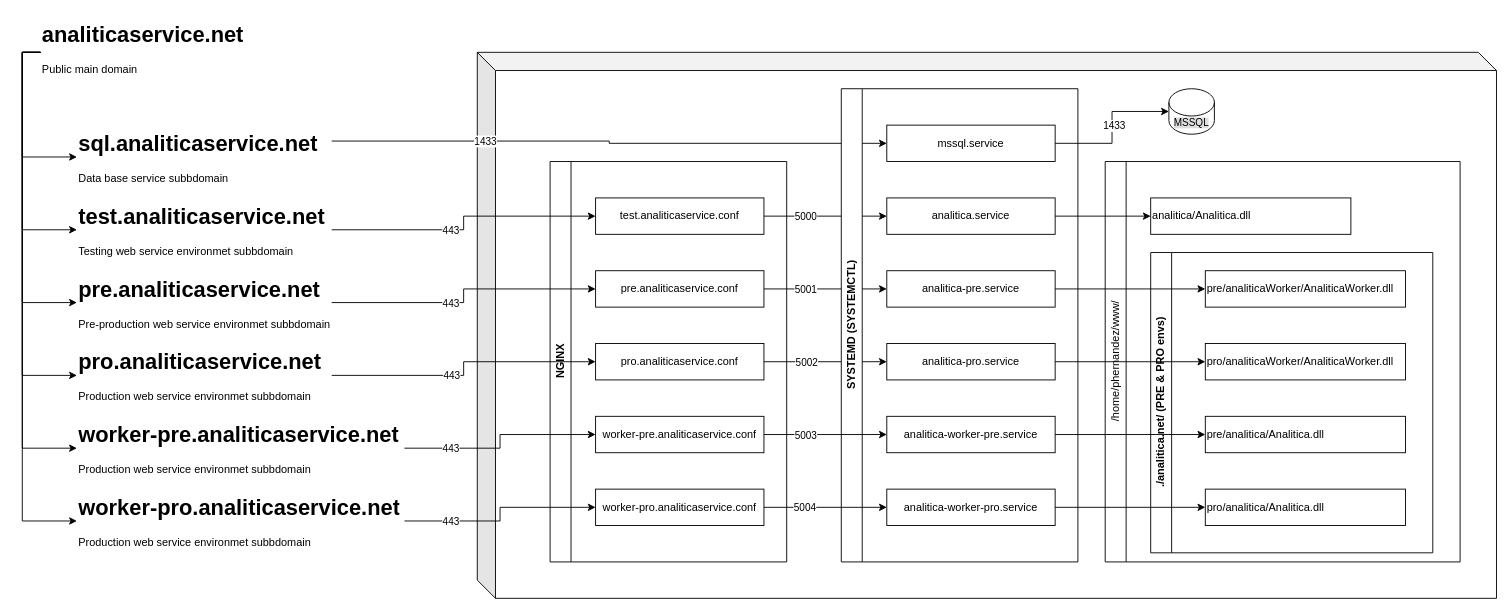
The draw.io diagram Analitica/draft-general.drawio in mrodriguex/diagrams, before the edit. Source tidied: cells renumbered, new cells numbered last; positions are measured from the earlier drawing's top-left corner, leaving out a move shared by most shapes. Both pictures are drawn from the tidied source at 91%, with x=0, y=0 at pixel (40, 15).
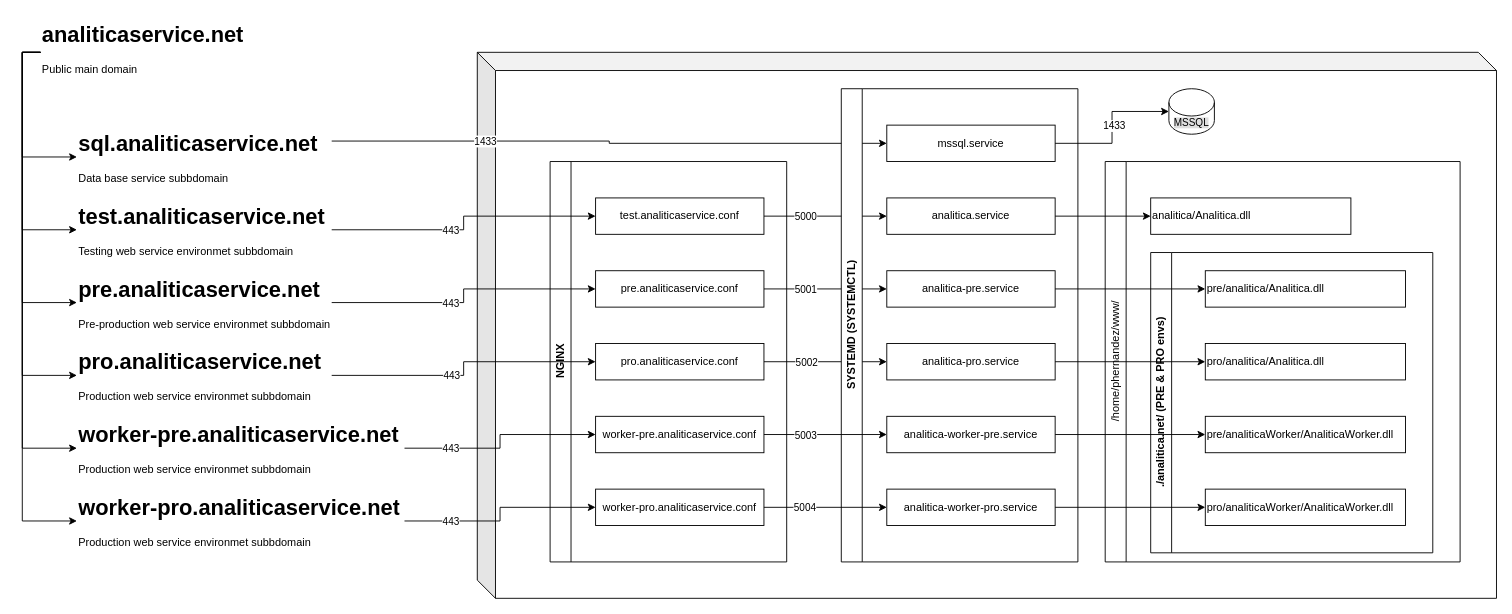
After the change.

The change refers to these unchanged cells:
```xml
<mxCell id="46" value="./analitica.net/ (PRE &amp;amp; PRO envs)" style="swimlane;horizontal=0;whiteSpace=wrap;html=1;" parent="44" vertex="1">
  <mxGeometry x="50" y="100" width="310" height="330" as="geometry" />
</mxCell>
```

What changed in the source:
```diff
@@
-    <mxCell id="47" value="pre/analiticaWorker/AnaliticaWorker.dll" style="rounded=0;whiteSpace=wrap;html=1;align=left;" parent="46" vertex="1">
+    <mxCell id="47" value="pre/analitica/Analitica.dll" style="rounded=0;whiteSpace=wrap;html=1;align=left;" parent="46" vertex="1">
       <mxGeometry x="60" y="20" width="220" height="40" as="geometry" />
     </mxCell>
-    <mxCell id="48" value="pro/analiticaWorker/AnaliticaWorker.dll" style="rounded=0;whiteSpace=wrap;html=1;align=left;" parent="46" vertex="1">
+    <mxCell id="48" value="pro/analitica/Analitica.dll" style="rounded=0;whiteSpace=wrap;html=1;align=left;" parent="46" vertex="1">
       <mxGeometry x="60" y="100" width="220" height="40" as="geometry" />
     </mxCell>
-    <mxCell id="49" value="pre/analitica/Analitica.dll" style="rounded=0;whiteSpace=wrap;html=1;align=left;" parent="46" vertex="1">
+    <mxCell id="49" value="pre/analiticaWorker/AnaliticaWorker.dll" style="rounded=0;whiteSpace=wrap;html=1;align=left;" parent="46" vertex="1">
       <mxGeometry x="60" y="180" width="220" height="40" as="geometry" />
     </mxCell>
-    <mxCell id="50" value="pro/analitica/Analitica.dll" style="rounded=0;whiteSpace=wrap;html=1;align=left;" parent="46" vertex="1">
+    <mxCell id="50" value="pro/analiticaWorker/AnaliticaWorker.dll" style="rounded=0;whiteSpace=wrap;html=1;align=left;" parent="46" vertex="1">
       <mxGeometry x="60" y="260" width="220" height="40" as="geometry" />
     </mxCell>
```
